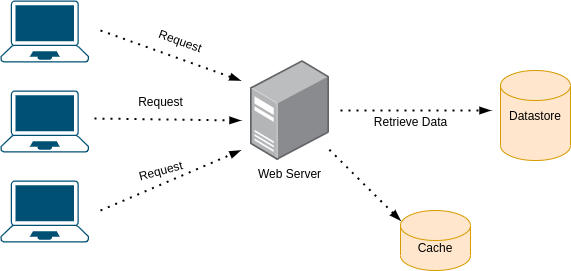
Earlier version of the draw.io export images/design/cache_basics_2.png (bregman-arie/system-design-notebook). Source tidied: cells renumbered, new cells last; positions are measured from the earlier drawing's top-left corner, leaving out a move shared by most shapes. The source it was exported from:
```xml
<mxGraphModel>
  <root>
    <mxCell id="0" />
    <mxCell id="1" parent="0" />
    <mxCell id="2" value="Datastore" style="shape=cylinder2;whiteSpace=wrap;html=1;boundedLbl=1;backgroundOutline=1;size=15;fillColor=#ffe6cc;strokeColor=#d79b00;" parent="1" vertex="1">
      <mxGeometry x="500" y="70" width="70" height="90" as="geometry" />
    </mxCell>
    <mxCell id="3" style="verticalLabelPosition=bottom;html=1;verticalAlign=top;align=center;shape=mxgraph.cisco19.laptop;fillColor=#005073;strokeColor=none;" parent="1" vertex="1">
      <mxGeometry width="88.6" height="62" as="geometry" />
    </mxCell>
    <mxCell id="4" style="points=[[0.13,0.02,0],[0.5,0,0],[0.87,0.02,0],[0.885,0.4,0],[0.985,0.985,0],[0.5,1,0],[0.015,0.985,0],[0.115,0.4,0]];verticalLabelPosition=bottom;html=1;verticalAlign=top;align=center;shape=mxgraph.cisco19.laptop;fillColor=#005073;strokeColor=none;" parent="1" vertex="1">
      <mxGeometry y="90" width="88.6" height="62" as="geometry" />
    </mxCell>
    <mxCell id="5" style="verticalLabelPosition=bottom;html=1;verticalAlign=top;align=center;shape=mxgraph.cisco19.laptop;fillColor=#005073;strokeColor=none;" parent="1" vertex="1">
      <mxGeometry y="180" width="88.6" height="62" as="geometry" />
    </mxCell>
    <mxCell id="6" value="Web Server" style="points=[];html=1;align=center;shadow=0;dashed=0;image;image=img/lib/allied_telesis/computer_and_terminals/Server_Desktop.svg;" parent="1" vertex="1">
      <mxGeometry x="250" y="60" width="78.9" height="100" as="geometry" />
    </mxCell>
    <mxCell id="7" style="endArrow=blockThin;dashed=1;html=1;dashPattern=1 3;strokeWidth=2;endFill=1;" parent="1" edge="1">
      <mxGeometry relative="1" as="geometry">
        <mxPoint x="100" y="30" as="sourcePoint" />
        <mxPoint x="240" y="80" as="targetPoint" />
      </mxGeometry>
    </mxCell>
    <mxCell id="8" style="endArrow=blockThin;dashed=1;html=1;dashPattern=1 3;strokeWidth=2;endFill=1;exitX=1.061;exitY=0.452;exitDx=0;exitDy=0;exitPerimeter=0;" parent="1" edge="1" source="4">
      <mxGeometry relative="1" as="geometry">
        <mxPoint x="240" y="120" as="targetPoint" />
      </mxGeometry>
    </mxCell>
    <mxCell id="9" style="endArrow=blockThin;dashed=1;html=1;dashPattern=1 3;strokeWidth=2;endFill=1;" parent="1" edge="1">
      <mxGeometry relative="1" as="geometry">
        <mxPoint x="100" y="210" as="sourcePoint" />
        <mxPoint x="240" y="150" as="targetPoint" />
      </mxGeometry>
    </mxCell>
    <mxCell id="10" style="endArrow=blockThin;dashed=1;html=1;dashPattern=1 3;strokeWidth=2;endFill=1;" parent="1" edge="1">
      <mxGeometry relative="1" as="geometry">
        <mxPoint x="340" y="110" as="sourcePoint" />
        <mxPoint x="490" y="110" as="targetPoint" />
      </mxGeometry>
    </mxCell>
    <mxCell id="11" value="Retrieve Data" style="text;html=1;align=center;verticalAlign=middle;" parent="1" vertex="1">
      <mxGeometry x="365" y="111" width="90" height="20" as="geometry" />
    </mxCell>
    <mxCell id="12" value="Request" style="text;html=1;align=center;verticalAlign=middle;rotation=20;" parent="1" vertex="1">
      <mxGeometry x="150" y="30" width="60" height="20" as="geometry" />
    </mxCell>
    <mxCell id="13" value="Request" style="text;html=1;align=center;verticalAlign=middle;rotation=0;" parent="1" vertex="1">
      <mxGeometry x="130" y="91" width="60" height="20" as="geometry" />
    </mxCell>
    <mxCell id="14" value="Request" style="text;html=1;align=center;verticalAlign=middle;rotation=-15;" parent="1" vertex="1">
      <mxGeometry x="130" y="160" width="60" height="20" as="geometry" />
    </mxCell>
    <mxCell id="15" style="endArrow=blockThin;dashed=1;html=1;dashPattern=1 3;strokeWidth=2;endFill=1;" parent="1" edge="1" source="6">
      <mxGeometry relative="1" as="geometry">
        <mxPoint x="400" y="220" as="targetPoint" />
      </mxGeometry>
    </mxCell>
    <mxCell id="16" value="&lt;br&gt;Cache" style="shape=cylinder2;whiteSpace=wrap;html=1;boundedLbl=1;backgroundOutline=1;size=15;fillColor=#ffe6cc;strokeColor=#d79b00;" parent="1" vertex="1">
      <mxGeometry x="400" y="210" width="70" height="60" as="geometry" />
    </mxCell>
  </root>
</mxGraphModel>
```
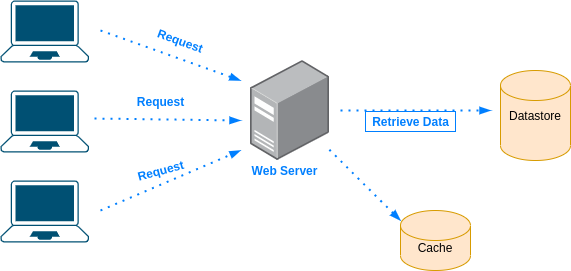
Later version of the same file.

The edit, as a diff of the source:
```diff
@@ -14,45 +14,45 @@
     <mxCell id="5" style="verticalLabelPosition=bottom;html=1;verticalAlign=top;align=center;shape=mxgraph.cisco19.laptop;fillColor=#005073;strokeColor=none;" parent="1" vertex="1">
       <mxGeometry y="180" width="88.6" height="62" as="geometry" />
     </mxCell>
-    <mxCell id="6" value="Web Server" style="points=[];html=1;align=center;shadow=0;dashed=0;image;image=img/lib/allied_telesis/computer_and_terminals/Server_Desktop.svg;" parent="1" vertex="1">
+    <mxCell id="6" style="points=[];html=1;align=center;shadow=0;dashed=0;image;image=img/lib/allied_telesis/computer_and_terminals/Server_Desktop.svg;" parent="1" vertex="1">
       <mxGeometry x="250" y="60" width="78.9" height="100" as="geometry" />
     </mxCell>
-    <mxCell id="7" style="endArrow=blockThin;dashed=1;html=1;dashPattern=1 3;strokeWidth=2;endFill=1;" parent="1" edge="1">
+    <mxCell id="7" style="endArrow=blockThin;dashed=1;html=1;dashPattern=1 3;strokeWidth=2;endFill=1;strokeColor=#007FFF;" parent="1" edge="1">
       <mxGeometry relative="1" as="geometry">
         <mxPoint x="100" y="30" as="sourcePoint" />
         <mxPoint x="240" y="80" as="targetPoint" />
       </mxGeometry>
     </mxCell>
-    <mxCell id="8" style="endArrow=blockThin;dashed=1;html=1;dashPattern=1 3;strokeWidth=2;endFill=1;exitX=1.061;exitY=0.452;exitDx=0;exitDy=0;exitPerimeter=0;" parent="1" edge="1" source="4">
+    <mxCell id="8" style="endArrow=blockThin;dashed=1;html=1;dashPattern=1 3;strokeWidth=2;endFill=1;exitX=1.061;exitY=0.452;exitDx=0;exitDy=0;exitPerimeter=0;strokeColor=#007FFF;" parent="1" edge="1" source="4">
       <mxGeometry relative="1" as="geometry">
         <mxPoint x="240" y="120" as="targetPoint" />
       </mxGeometry>
     </mxCell>
-    <mxCell id="9" style="endArrow=blockThin;dashed=1;html=1;dashPattern=1 3;strokeWidth=2;endFill=1;" parent="1" edge="1">
+    <mxCell id="9" style="endArrow=blockThin;dashed=1;html=1;dashPattern=1 3;strokeWidth=2;endFill=1;strokeColor=#007FFF;" parent="1" edge="1">
       <mxGeometry relative="1" as="geometry">
         <mxPoint x="100" y="210" as="sourcePoint" />
         <mxPoint x="240" y="150" as="targetPoint" />
       </mxGeometry>
     </mxCell>
-    <mxCell id="10" style="endArrow=blockThin;dashed=1;html=1;dashPattern=1 3;strokeWidth=2;endFill=1;" parent="1" edge="1">
+    <mxCell id="10" style="endArrow=blockThin;dashed=1;html=1;dashPattern=1 3;strokeWidth=2;endFill=1;strokeColor=#007FFF;" parent="1" edge="1">
       <mxGeometry relative="1" as="geometry">
         <mxPoint x="340" y="110" as="sourcePoint" />
         <mxPoint x="490" y="110" as="targetPoint" />
       </mxGeometry>
     </mxCell>
-    <mxCell id="11" value="Retrieve Data" style="text;html=1;align=center;verticalAlign=middle;" parent="1" vertex="1">
+    <mxCell id="11" value="Retrieve Data" style="text;html=1;align=center;verticalAlign=middle;fontStyle=1;fontColor=#007FFF;strokeColor=#007FFF;" parent="1" vertex="1">
       <mxGeometry x="365" y="111" width="90" height="20" as="geometry" />
     </mxCell>
-    <mxCell id="12" value="Request" style="text;html=1;align=center;verticalAlign=middle;rotation=20;" parent="1" vertex="1">
+    <mxCell id="12" value="Request" style="text;html=1;align=center;verticalAlign=middle;rotation=20;fontStyle=1;fontColor=#007FFF;" parent="1" vertex="1">
       <mxGeometry x="150" y="30" width="60" height="20" as="geometry" />
     </mxCell>
-    <mxCell id="13" value="Request" style="text;html=1;align=center;verticalAlign=middle;rotation=0;" parent="1" vertex="1">
+    <mxCell id="13" value="Request" style="text;html=1;align=center;verticalAlign=middle;rotation=0;fontStyle=1;fontColor=#007FFF;" parent="1" vertex="1">
       <mxGeometry x="130" y="91" width="60" height="20" as="geometry" />
     </mxCell>
-    <mxCell id="14" value="Request" style="text;html=1;align=center;verticalAlign=middle;rotation=-15;" parent="1" vertex="1">
+    <mxCell id="14" value="Request" style="text;html=1;align=center;verticalAlign=middle;rotation=-15;fontStyle=1;fontColor=#007FFF;" parent="1" vertex="1">
       <mxGeometry x="130" y="160" width="60" height="20" as="geometry" />
     </mxCell>
-    <mxCell id="15" style="endArrow=blockThin;dashed=1;html=1;dashPattern=1 3;strokeWidth=2;endFill=1;" parent="1" edge="1" source="6">
+    <mxCell id="15" style="endArrow=blockThin;dashed=1;html=1;dashPattern=1 3;strokeWidth=2;endFill=1;strokeColor=#007FFF;" parent="1" edge="1" source="6">
       <mxGeometry relative="1" as="geometry">
         <mxPoint x="400" y="220" as="targetPoint" />
       </mxGeometry>
@@ -60,5 +60,8 @@
     <mxCell id="16" value="&lt;br&gt;Cache" style="shape=cylinder2;whiteSpace=wrap;html=1;boundedLbl=1;backgroundOutline=1;size=15;fillColor=#ffe6cc;strokeColor=#d79b00;" parent="1" vertex="1">
       <mxGeometry x="400" y="210" width="70" height="60" as="geometry" />
     </mxCell>
+    <mxCell id="17" value="Web Server" style="text;html=1;align=center;verticalAlign=middle;fontStyle=1;fontColor=#007FFF;" parent="1" vertex="1">
+      <mxGeometry x="243.9" y="160" width="80" height="20" as="geometry" />
+    </mxCell>
   </root>
 </mxGraphModel>
```
